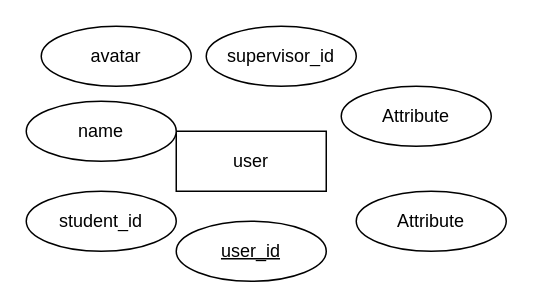
The draw.io diagram Untitled Diagram.drawio in bundalaa/CDE_management_platform_ERD, before the edit. Source tidied: cells renumbered, new cells numbered last; positions are measured from the earlier drawing's top-left corner, leaving out a move shared by most shapes. Both pictures are drawn from the tidied source at 150%, with x=0, y=0 at pixel (26, 26).
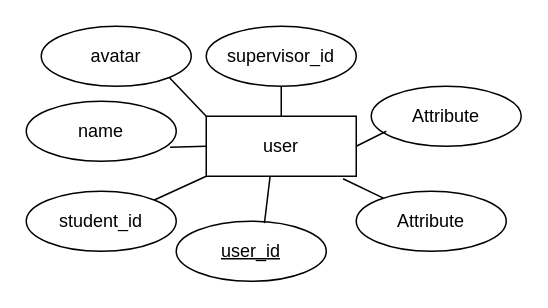
Above is the later version.

Change to the diagram source:
```diff
@@
 <mxGraphModel>
   <root>
     <mxCell id="0" />
     <mxCell id="1" parent="0" />
     <mxCell id="2" value="user" style="whiteSpace=wrap;html=1;align=center;" parent="1" vertex="1">
-      <mxGeometry x="100" y="70" width="100" height="40" as="geometry" />
+      <mxGeometry x="120" y="60" width="100" height="40" as="geometry" />
     </mxCell>
     <mxCell id="3" value="user_id" style="ellipse;whiteSpace=wrap;html=1;align=center;fontStyle=4;" parent="1" vertex="1">
       <mxGeometry x="100" y="130" width="100" height="40" as="geometry" />
     </mxCell>
     <mxCell id="4" value="avatar" style="ellipse;whiteSpace=wrap;html=1;align=center;" parent="1" vertex="1">
       <mxGeometry x="10" width="100" height="40" as="geometry" />
     </mxCell>
     <mxCell id="5" value="Attribute" style="ellipse;whiteSpace=wrap;html=1;align=center;" parent="1" vertex="1">
       <mxGeometry x="220" y="110" width="100" height="40" as="geometry" />
     </mxCell>
     <mxCell id="6" value="Attribute" style="ellipse;whiteSpace=wrap;html=1;align=center;" parent="1" vertex="1">
-      <mxGeometry x="210" y="40" width="100" height="40" as="geometry" />
+      <mxGeometry x="230" y="40" width="100" height="40" as="geometry" />
     </mxCell>
     <mxCell id="7" value="supervisor_id" style="ellipse;whiteSpace=wrap;html=1;align=center;" parent="1" vertex="1">
       <mxGeometry x="120" width="100" height="40" as="geometry" />
     </mxCell>
     <mxCell id="8" value="student_id" style="ellipse;whiteSpace=wrap;html=1;align=center;" parent="1" vertex="1">
       <mxGeometry y="110" width="100" height="40" as="geometry" />
     </mxCell>
     <mxCell id="9" value="name" style="ellipse;whiteSpace=wrap;html=1;align=center;" parent="1" vertex="1">
       <mxGeometry y="50" width="100" height="40" as="geometry" />
     </mxCell>
+    <mxCell id="10" style="endArrow=none;html=1;exitX=1;exitY=0.5;exitDx=0;exitDy=0;" parent="1" edge="1" source="2">
+      <mxGeometry relative="1" as="geometry">
+        <mxPoint x="240" y="70" as="targetPoint" />
+      </mxGeometry>
+    </mxCell>
+    <mxCell id="11" style="endArrow=none;html=1;exitX=0.5;exitY=0;exitDx=0;exitDy=0;" parent="1" edge="1" source="2" target="7">
+      <mxGeometry relative="1" as="geometry" />
+    </mxCell>
+    <mxCell id="12" style="endArrow=none;html=1;entryX=0.426;entryY=0.994;entryDx=0;entryDy=0;entryPerimeter=0;exitX=0.588;exitY=0.03;exitDx=0;exitDy=0;exitPerimeter=0;" parent="1" edge="1" source="3" target="2">
+      <mxGeometry relative="1" as="geometry" />
+    </mxCell>
+    <mxCell id="13" style="endArrow=none;html=1;entryX=0;entryY=0;entryDx=0;entryDy=0;exitX=1;exitY=1;exitDx=0;exitDy=0;" parent="1" edge="1" source="4" target="2">
+      <mxGeometry relative="1" as="geometry" />
+    </mxCell>
+    <mxCell id="14" style="endArrow=none;html=1;entryX=0;entryY=0.5;entryDx=0;entryDy=0;exitX=0.959;exitY=0.768;exitDx=0;exitDy=0;exitPerimeter=0;" parent="1" edge="1" source="9" target="2">
+      <mxGeometry relative="1" as="geometry" />
+    </mxCell>
+    <mxCell id="15" style="endArrow=none;html=1;entryX=0;entryY=1;entryDx=0;entryDy=0;exitX=1;exitY=0;exitDx=0;exitDy=0;" parent="1" edge="1" source="8" target="2">
+      <mxGeometry relative="1" as="geometry" />
+    </mxCell>
+    <mxCell id="16" style="endArrow=none;html=1;entryX=0.912;entryY=1.042;entryDx=0;entryDy=0;entryPerimeter=0;" parent="1" edge="1" source="5" target="2">
+      <mxGeometry relative="1" as="geometry" />
+    </mxCell>
   </root>
 </mxGraphModel>
```
